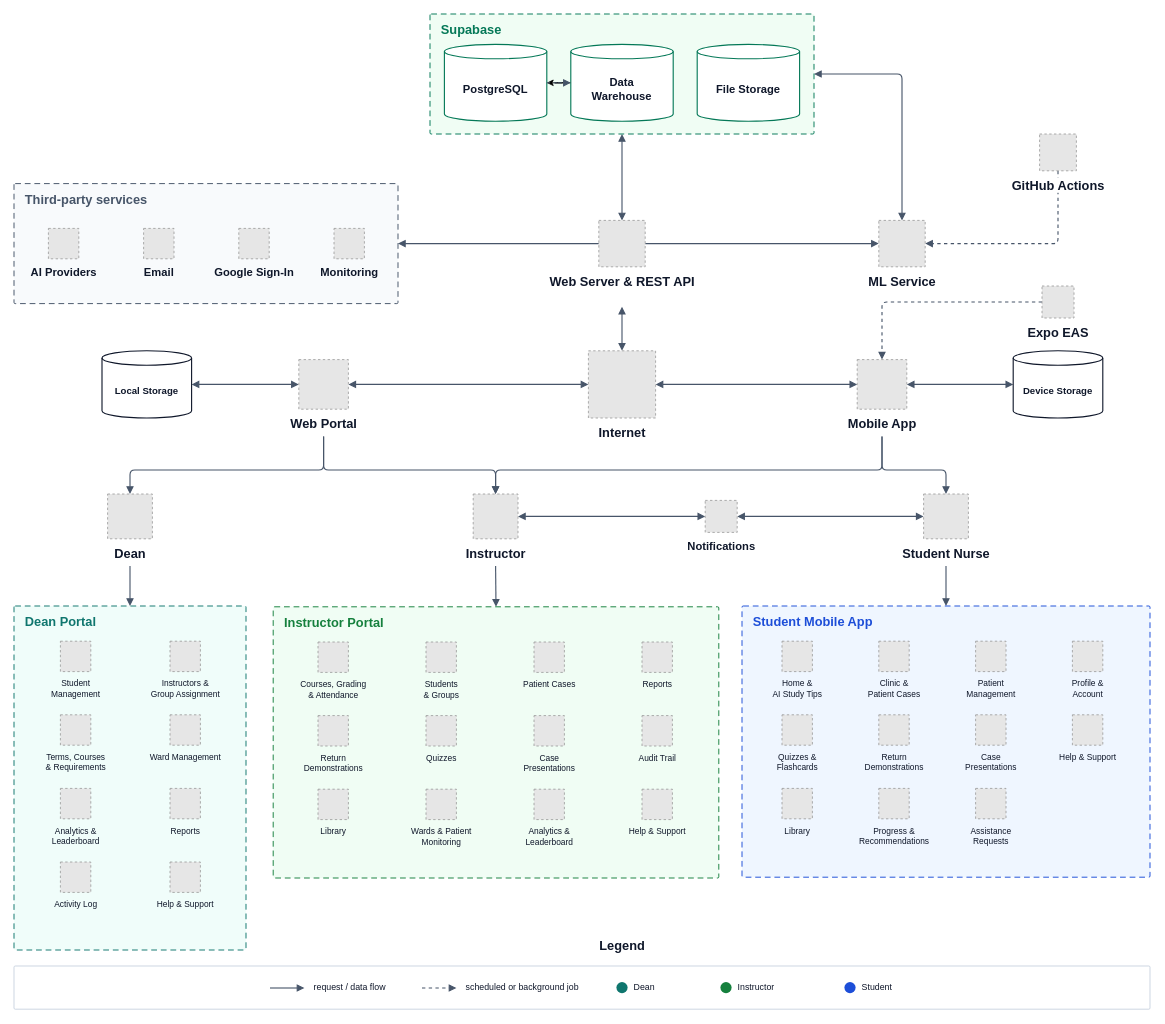
Earlier version of the draw.io diagram docs/diagrams/system-architecture.drawio (mdk-zero/icare). Source tidied: cells renumbered, new cells numbered last; positions are measured from the earlier drawing's top-left corner, leaving out a move shared by most shapes. Both pictures are drawn from the tidied source at 80%, with x=0, y=0 at pixel (14, 14). Pictures stored in the file or linked from it are replaced by grey dashed boxes.
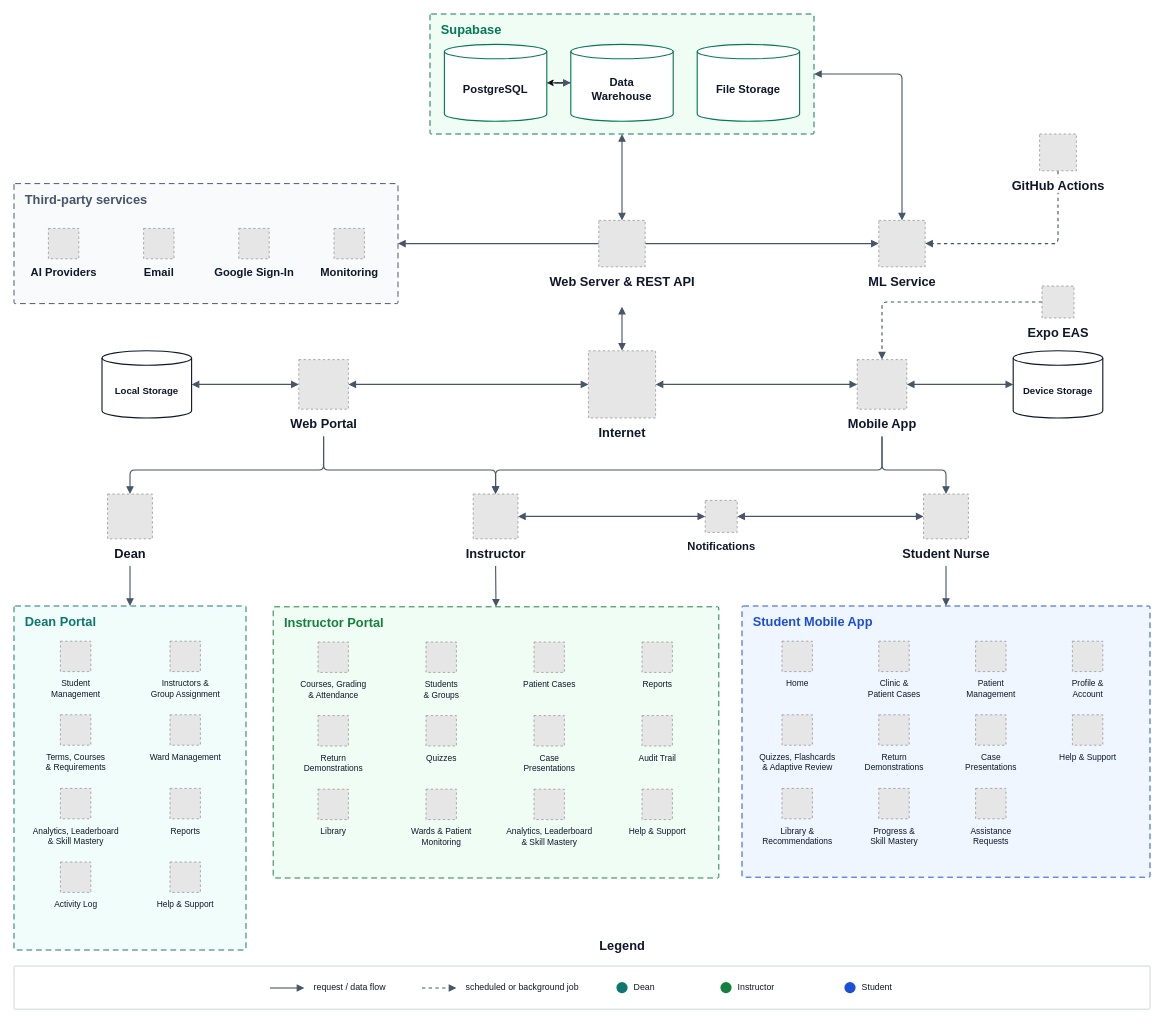
The same diagram, later.

Unchanged cells that the change refers to:
```xml
<mxCell id="46" value="&lt;font style=&quot;font-size: 16px;&quot;&gt;Dean Portal&lt;/font&gt;" style="rounded=1;arcSize=3;absoluteArcSize=1;html=1;fillColor=#F0FDFA;strokeColor=#0F766E;dashed=1;dashPattern=6 4;strokeWidth=1.2;verticalAlign=top;align=left;spacingLeft=12;spacingTop=4;fontSize=12;fontStyle=1;fontColor=#0F766E;" parent="1" vertex="1">
  <mxGeometry y="740" width="290" height="430" as="geometry" />
</mxCell>
<mxCell id="55" value="&lt;font style=&quot;font-size: 16px;&quot;&gt;Instructor Portal&lt;/font&gt;" style="rounded=1;arcSize=3;absoluteArcSize=1;html=1;fillColor=#F0FDF4;strokeColor=#15803D;dashed=1;dashPattern=6 4;strokeWidth=1.2;verticalAlign=top;align=left;spacingLeft=12;spacingTop=4;fontSize=12;fontStyle=1;fontColor=#15803D;" parent="1" vertex="1">
  <mxGeometry x="324" y="741" width="557" height="339" as="geometry" />
</mxCell>
<mxCell id="68" value="&lt;font style=&quot;font-size: 16px;&quot;&gt;Student Mobile App&lt;/font&gt;" style="rounded=1;arcSize=3;absoluteArcSize=1;html=1;fillColor=#EFF6FF;strokeColor=#1D4ED8;dashed=1;dashPattern=6 4;strokeWidth=1.2;verticalAlign=top;align=left;spacingLeft=12;spacingTop=4;fontSize=12;fontStyle=1;fontColor=#1D4ED8;" parent="1" vertex="1">
  <mxGeometry x="910" y="740" width="510" height="339" as="geometry" />
</mxCell>
```

Change to the diagram source:
```diff
@@
-    <mxCell id="51" value="Analytics &amp;amp;&lt;br&gt;Leaderboard" style="fillColor=#E6E6E6;strokeColor=#999999;dashed=1;html=1;verticalLabelPosition=bottom;verticalAlign=top;labelBackgroundColor=none;fontSize=10.5;fontColor=#0F172A;spacingTop=2;" parent="46" vertex="1">
+    <mxCell id="51" value="Analytics, Leaderboard&lt;br&gt;&amp;amp; Skill Mastery" style="fillColor=#E6E6E6;strokeColor=#999999;dashed=1;html=1;verticalLabelPosition=bottom;verticalAlign=top;labelBackgroundColor=none;fontSize=10.5;fontColor=#0F172A;spacingTop=2;" parent="46" vertex="1">
       <mxGeometry x="58" y="228" width="38" height="38" as="geometry" />
     </mxCell>
@@
-    <mxCell id="64" value="Analytics &amp;amp;&lt;br&gt;Leaderboard" style="fillColor=#E6E6E6;strokeColor=#999999;dashed=1;html=1;verticalLabelPosition=bottom;verticalAlign=top;labelBackgroundColor=none;fontSize=10.5;fontColor=#0F172A;spacingTop=2;" parent="55" vertex="1">
+    <mxCell id="64" value="Analytics, Leaderboard&lt;br&gt;&amp;amp; Skill Mastery" style="fillColor=#E6E6E6;strokeColor=#999999;dashed=1;html=1;verticalLabelPosition=bottom;verticalAlign=top;labelBackgroundColor=none;fontSize=10.5;fontColor=#0F172A;spacingTop=2;" parent="55" vertex="1">
       <mxGeometry x="326" y="228" width="38" height="38" as="geometry" />
     </mxCell>
@@
-    <mxCell id="69" value="Home &amp;amp;&lt;br&gt;AI Study Tips" style="fillColor=#E6E6E6;strokeColor=#999999;dashed=1;html=1;verticalLabelPosition=bottom;verticalAlign=top;labelBackgroundColor=none;fontSize=10.5;fontColor=#0F172A;spacingTop=2;" parent="68" vertex="1">
+    <mxCell id="69" value="Home" style="fillColor=#E6E6E6;strokeColor=#999999;dashed=1;html=1;verticalLabelPosition=bottom;verticalAlign=top;labelBackgroundColor=none;fontSize=10.5;fontColor=#0F172A;spacingTop=2;" parent="68" vertex="1">
       <mxGeometry x="50" y="44" width="38" height="38" as="geometry" />
     </mxCell>
@@
-    <mxCell id="72" value="Quizzes &amp;amp;&lt;br&gt;Flashcards" style="fillColor=#E6E6E6;strokeColor=#999999;dashed=1;html=1;verticalLabelPosition=bottom;verticalAlign=top;labelBackgroundColor=none;fontSize=10.5;fontColor=#0F172A;spacingTop=2;" parent="68" vertex="1">
+    <mxCell id="72" value="Quizzes, Flashcards&lt;br&gt;&amp;amp; Adaptive Review" style="fillColor=#E6E6E6;strokeColor=#999999;dashed=1;html=1;verticalLabelPosition=bottom;verticalAlign=top;labelBackgroundColor=none;fontSize=10.5;fontColor=#0F172A;spacingTop=2;" parent="68" vertex="1">
       <mxGeometry x="50" y="136" width="38" height="38" as="geometry" />
     </mxCell>
@@
-    <mxCell id="75" value="Library" style="fillColor=#E6E6E6;strokeColor=#999999;dashed=1;html=1;verticalLabelPosition=bottom;verticalAlign=top;labelBackgroundColor=none;fontSize=10.5;fontColor=#0F172A;spacingTop=2;" parent="68" vertex="1">
+    <mxCell id="75" value="Library &amp;amp;&lt;br&gt;Recommendations" style="fillColor=#E6E6E6;strokeColor=#999999;dashed=1;html=1;verticalLabelPosition=bottom;verticalAlign=top;labelBackgroundColor=none;fontSize=10.5;fontColor=#0F172A;spacingTop=2;" parent="68" vertex="1">
       <mxGeometry x="50" y="228" width="38" height="38" as="geometry" />
     </mxCell>
-    <mxCell id="76" value="Progress &amp;amp;&lt;br&gt;Recommendations" style="fillColor=#E6E6E6;strokeColor=#999999;dashed=1;html=1;verticalLabelPosition=bottom;verticalAlign=top;labelBackgroundColor=none;fontSize=10.5;fontColor=#0F172A;spacingTop=2;" parent="68" vertex="1">
+    <mxCell id="76" value="Progress &amp;amp;&lt;br&gt;Skill Mastery" style="fillColor=#E6E6E6;strokeColor=#999999;dashed=1;html=1;verticalLabelPosition=bottom;verticalAlign=top;labelBackgroundColor=none;fontSize=10.5;fontColor=#0F172A;spacingTop=2;" parent="68" vertex="1">
       <mxGeometry x="171" y="228" width="38" height="38" as="geometry" />
     </mxCell>
```
